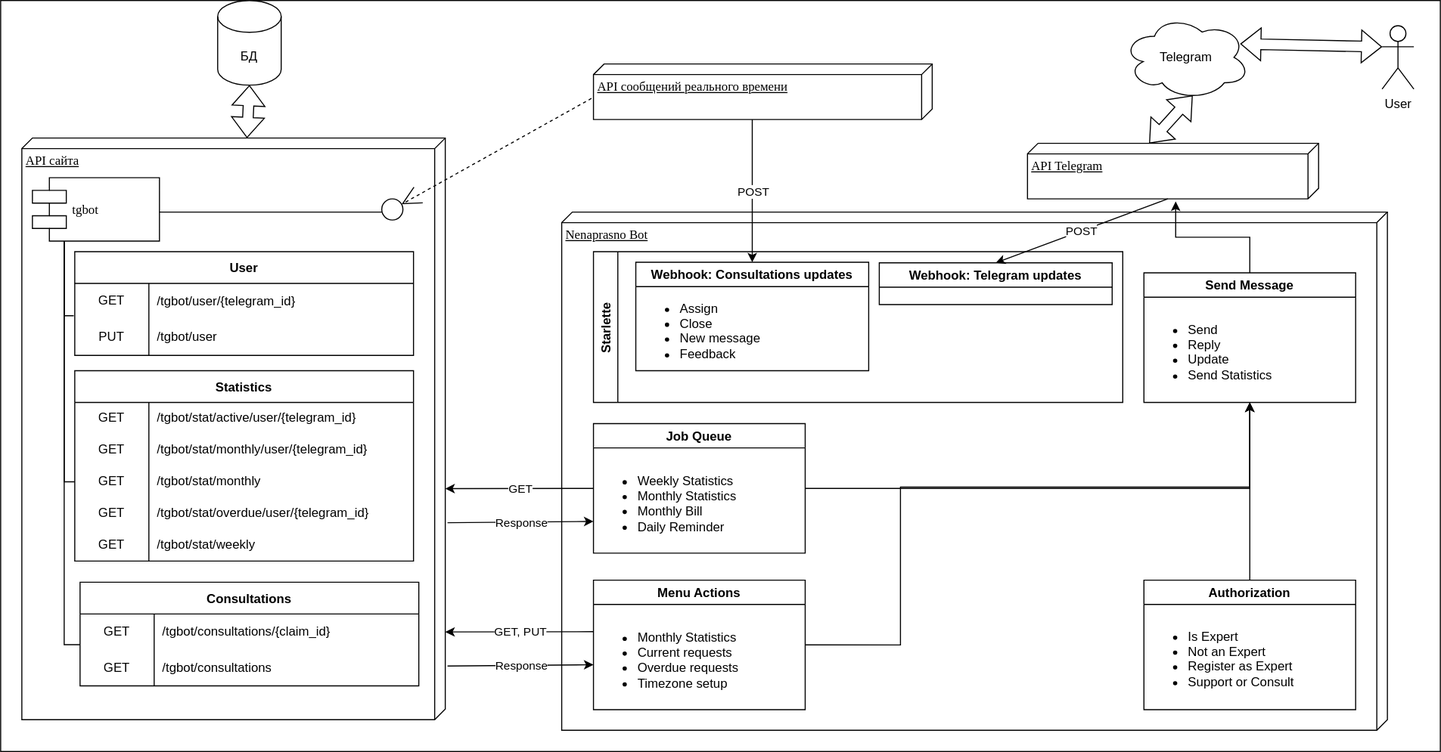
Before: src/docs/bot_architecture.svg, a diagram exported from draw.io (Studio-Yandex-Practicum/ask_nenaprasno_bot). Source tidied: cells renumbered, new cells last; positions are measured from the earlier drawing's top-left corner, leaving out a move shared by most shapes.
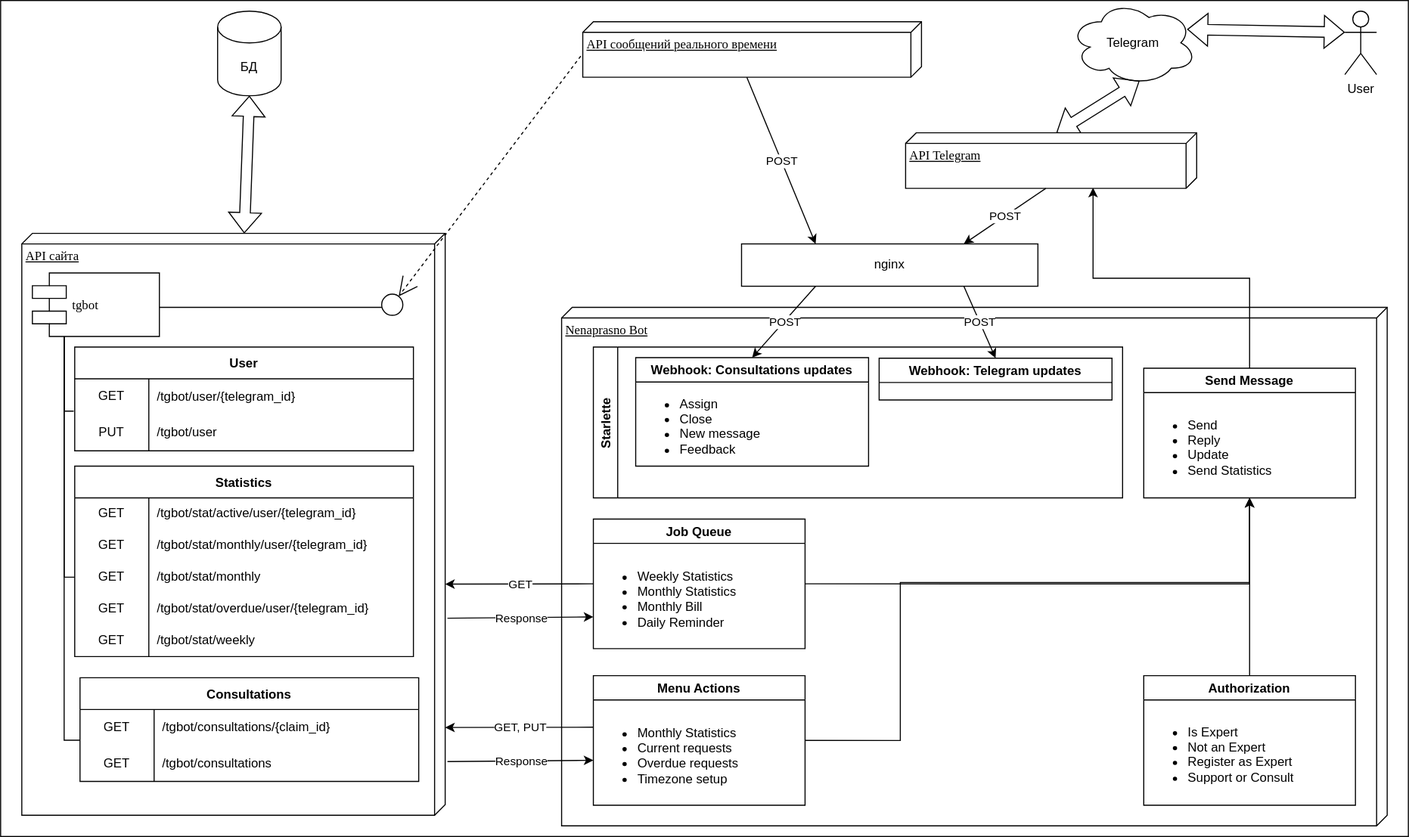
After the commit.

Commit message:
Added nginx to the schema

The edit, as a diff of the source:
```diff
@@ -6,13 +6,13 @@
       <mxGeometry x="530" y="200" width="780" height="490" as="geometry" />
     </mxCell>
     <mxCell id="3" style="rounded=0;whiteSpace=wrap;html=1;strokeOpacity=100;fillOpacity=0;fillColor=default;" parent="1" vertex="1">
-      <mxGeometry width="1360" height="710" as="geometry" />
+      <mxGeometry y="-90" width="1330" height="790" as="geometry" />
     </mxCell>
     <mxCell id="4" value="API сайта" style="verticalAlign=top;align=left;spacingTop=8;spacingLeft=2;spacingRight=12;shape=cube;size=10;direction=south;fontStyle=4;html=1;rounded=0;shadow=0;comic=0;labelBackgroundColor=none;strokeWidth=1;fontFamily=Verdana;fontSize=12;" parent="1" vertex="1">
       <mxGeometry x="20" y="130" width="400" height="550" as="geometry" />
     </mxCell>
     <mxCell id="5" value="API сообщений реального времени" style="verticalAlign=top;align=left;spacingTop=8;spacingLeft=2;spacingRight=12;shape=cube;size=10;direction=south;fontStyle=4;html=1;rounded=0;shadow=0;comic=0;labelBackgroundColor=none;strokeWidth=1;fontFamily=Verdana;fontSize=12;" parent="1" vertex="1">
-      <mxGeometry x="560" y="60" width="320" height="52.5" as="geometry" />
+      <mxGeometry x="550" y="-70" width="320" height="52.5" as="geometry" />
     </mxCell>
     <mxCell id="6" value="tgbot" style="shape=component;align=left;spacingLeft=36;rounded=0;shadow=0;comic=0;labelBackgroundColor=none;strokeWidth=1;fontFamily=Verdana;fontSize=12;html=1;" parent="1" vertex="1">
       <mxGeometry x="30" y="167.5" width="120" height="60" as="geometry" />
@@ -31,7 +31,7 @@
       </mxGeometry>
     </mxCell>
     <mxCell id="10" value="БД" style="shape=cylinder3;whiteSpace=wrap;html=1;boundedLbl=1;backgroundOutline=1;size=15;" parent="1" vertex="1">
-      <mxGeometry x="205" width="60" height="80" as="geometry" />
+      <mxGeometry x="205" y="-80" width="60" height="80" as="geometry" />
     </mxCell>
     <mxCell id="11" value="User" style="shape=table;startSize=30;rowLines=0;fontStyle=1;" parent="1" vertex="1">
       <mxGeometry x="70" y="237.5" width="320" height="98" as="geometry" />
@@ -181,7 +181,7 @@
     <mxCell id="56" value="Webhook: Consultations updates" style="swimlane;" parent="1" vertex="1">
       <mxGeometry x="600" y="247.5" width="220" height="102.5" as="geometry" />
     </mxCell>
-    <mxCell id="57" style="endArrow=classic;html=1;rounded=0;exitX=0;exitY=0;exitDx=52.5;exitDy=170;exitPerimeter=0;entryX=0.5;entryY=0;entryDx=0;entryDy=0;" parent="1" edge="1" source="5" target="56">
+    <mxCell id="57" style="endArrow=classic;html=1;rounded=0;exitX=0;exitY=0;exitDx=52.5;exitDy=165;exitPerimeter=0;entryX=0.25;entryY=0;entryDx=0;entryDy=0;" parent="1" edge="1" source="5" target="79">
       <mxGeometry relative="1" as="geometry" />
     </mxCell>
     <mxCell id="58" value="POST" style="edgeLabel;html=1;align=center;verticalAlign=middle;" parent="57" vertex="1">
@@ -196,10 +196,8 @@
         </Array>
       </mxGeometry>
     </mxCell>
-    <mxCell id="60" style="edgeStyle=orthogonalEdgeStyle;rounded=0;jettySize=auto;html=1;exitX=0.5;exitY=0;exitDx=0;exitDy=0;" parent="1" edge="1" source="61">
-      <mxGeometry relative="1" as="geometry">
-        <mxPoint x="1110" y="190" as="targetPoint" />
-      </mxGeometry>
+    <mxCell id="60" style="edgeStyle=orthogonalEdgeStyle;rounded=0;jettySize=auto;html=1;exitX=0.5;exitY=0;exitDx=0;exitDy=0;entryX=0.99;entryY=0.356;entryDx=0;entryDy=0;entryPerimeter=0;" parent="1" edge="1" source="61" target="73">
+      <mxGeometry relative="1" as="geometry" />
     </mxCell>
     <mxCell id="61" value="Send Message" style="swimlane;" parent="1" vertex="1">
       <mxGeometry x="1080" y="257.5" width="200" height="122.5" as="geometry" />
@@ -239,21 +237,21 @@
       <mxGeometry x="40" y="32.5" width="180" height="80" as="geometry" />
     </mxCell>
     <mxCell id="69" value="User" style="shape=umlActor;verticalLabelPosition=bottom;verticalAlign=top;html=1;outlineConnect=0;" parent="1" vertex="1">
-      <mxGeometry x="1305" y="23.8" width="30" height="60" as="geometry" />
+      <mxGeometry x="1270" y="-80" width="30" height="60" as="geometry" />
     </mxCell>
     <mxCell id="70" style="shape=flexArrow;endArrow=classic;startArrow=classic;html=1;rounded=0;exitX=0;exitY=0.3333333333333333;exitDx=0;exitDy=0;exitPerimeter=0;entryX=0.925;entryY=0.341;entryDx=0;entryDy=0;entryPerimeter=0;" parent="1" edge="1" source="69" target="71">
       <mxGeometry relative="1" as="geometry" />
     </mxCell>
     <mxCell id="71" value="Telegram" style="ellipse;shape=cloud;whiteSpace=wrap;html=1;" parent="1" vertex="1">
-      <mxGeometry x="1060" y="13.8" width="120" height="80" as="geometry" />
+      <mxGeometry x="1010" y="-90" width="120" height="80" as="geometry" />
     </mxCell>
-    <mxCell id="72" style="shape=flexArrow;endArrow=classic;startArrow=classic;html=1;rounded=0;entryX=0;entryY=0;entryDx=0;entryDy=160;entryPerimeter=0;exitX=0.55;exitY=0.95;exitDx=0;exitDy=0;exitPerimeter=0;" parent="1" edge="1" source="71" target="73">
+    <mxCell id="72" style="shape=flexArrow;endArrow=classic;startArrow=classic;html=1;rounded=0;entryX=0;entryY=0;entryDx=0;entryDy=132.5;entryPerimeter=0;exitX=0.55;exitY=0.95;exitDx=0;exitDy=0;exitPerimeter=0;" parent="1" edge="1" source="71" target="73">
       <mxGeometry relative="1" as="geometry" />
     </mxCell>
     <mxCell id="73" value="API Telegram" style="verticalAlign=top;align=left;spacingTop=8;spacingLeft=2;spacingRight=12;shape=cube;size=10;direction=south;fontStyle=4;html=1;rounded=0;shadow=0;comic=0;labelBackgroundColor=none;strokeWidth=1;fontFamily=Verdana;fontSize=12;" parent="1" vertex="1">
-      <mxGeometry x="970" y="135" width="275" height="52.5" as="geometry" />
+      <mxGeometry x="855" y="35" width="275" height="52.5" as="geometry" />
     </mxCell>
-    <mxCell id="74" style="endArrow=classic;html=1;rounded=0;exitX=0;exitY=0;exitDx=52.5;exitDy=142.5;exitPerimeter=0;entryX=0.5;entryY=0;entryDx=0;entryDy=0;" parent="1" edge="1" source="73" target="67">
+    <mxCell id="74" style="endArrow=classic;html=1;rounded=0;exitX=0;exitY=0;exitDx=52.5;exitDy=142.5;exitPerimeter=0;entryX=0.75;entryY=0;entryDx=0;entryDy=0;" parent="1" edge="1" source="73" target="79">
       <mxGeometry relative="1" as="geometry" />
     </mxCell>
     <mxCell id="75" value="POST" style="edgeLabel;html=1;align=center;verticalAlign=middle;" parent="74" vertex="1">
@@ -268,5 +266,20 @@
     <mxCell id="78" value="&lt;ul&gt;&lt;li&gt;Is Expert&lt;/li&gt;&lt;li&gt;Not an Expert&lt;/li&gt;&lt;li&gt;Register as Expert&lt;/li&gt;&lt;li&gt;Support or Consult&lt;/li&gt;&lt;/ul&gt;" style="text;strokeColor=none;fillColor=none;html=1;whiteSpace=wrap;verticalAlign=middle;overflow=hidden;" parent="1" vertex="1">
       <mxGeometry x="1080" y="580" width="180" height="80" as="geometry" />
     </mxCell>
+    <mxCell id="79" value="nginx" style="whiteSpace=wrap;html=1;align=center;" parent="1" vertex="1">
+      <mxGeometry x="700" y="140" width="280" height="40" as="geometry" />
+    </mxCell>
+    <mxCell id="80" style="endArrow=classic;html=1;rounded=0;exitX=0.25;exitY=1;exitDx=0;exitDy=0;entryX=0.5;entryY=0;entryDx=0;entryDy=0;" parent="1" edge="1" source="79" target="56">
+      <mxGeometry relative="1" as="geometry" />
+    </mxCell>
+    <mxCell id="81" value="POST" style="edgeLabel;html=1;align=center;verticalAlign=middle;" parent="80" vertex="1">
+      <mxGeometry relative="1" as="geometry" />
+    </mxCell>
+    <mxCell id="82" style="endArrow=classic;html=1;rounded=0;exitX=0.75;exitY=1;exitDx=0;exitDy=0;entryX=0.5;entryY=0;entryDx=0;entryDy=0;" parent="1" edge="1" source="79" target="67">
+      <mxGeometry relative="1" as="geometry" />
+    </mxCell>
+    <mxCell id="83" value="POST" style="edgeLabel;html=1;align=center;verticalAlign=middle;" parent="82" vertex="1">
+      <mxGeometry relative="1" as="geometry" />
+    </mxCell>
   </root>
 </mxGraphModel>
```
